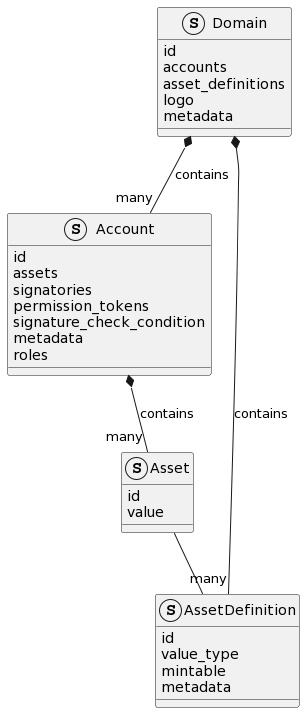
This is src/img/domain-account-asset-diagram.png from hyperledger/iroha-2-docs, a PlantUML export, as it was before one commit. Its diagram source:
```plantuml
@startuml
struct Domain
struct Account
struct AssetDefinition
struct Asset

Domain *-- "many" Account : contains
Domain *-- "many" AssetDefinition : contains
Account *-- "many" Asset : contains
Asset -- AssetDefinition

Domain : id
Domain : accounts
Domain : asset_definitions
Domain : logo
Domain : metadata

Account : id
Account : assets
Account : signatories
Account : permission_tokens
Account : signature_check_condition
Account : metadata
Account : roles


AssetDefinition : id
AssetDefinition : value_type
AssetDefinition : mintable
AssetDefinition : metadata

Asset : id
Asset : value
@enduml
```
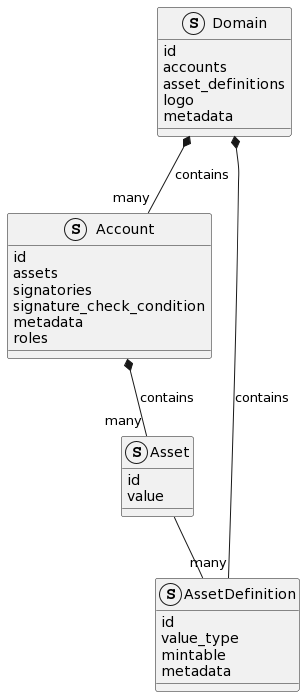
The same file after the commit.

Change to the diagram source:
```diff
@@ -18,7 +18,6 @@
 Account : id
 Account : assets
 Account : signatories
-Account : permission_tokens
 Account : signature_check_condition
 Account : metadata
 Account : roles
```
